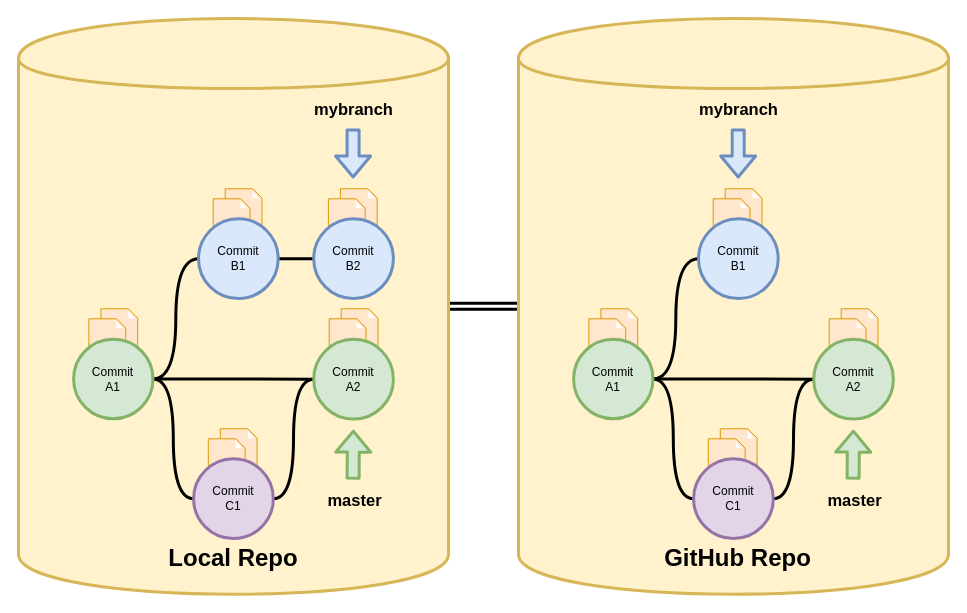
The draw.io diagram github-jupyter/git-github-summary.drawio in shadanan/shadanan.github.io, before the edit. Source tidied: cells renumbered, new cells numbered last; positions are measured from the earlier drawing's top-left corner, leaving out a move shared by most shapes. Both pictures are drawn from the tidied source at 100%, with x=0, y=0 at pixel (18, 18).
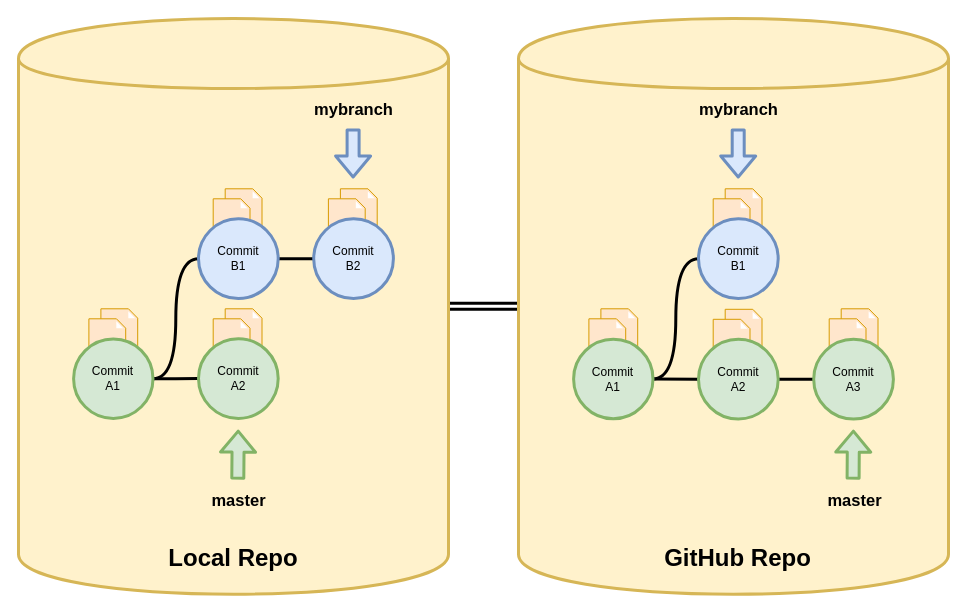
After the change.

The change refers to these unchanged cells:
```xml
<mxCell id="38" value="Commit&lt;br&gt;A1" style="ellipse;whiteSpace=wrap;html=1;strokeWidth=3;fillColor=#d5e8d4;strokeColor=#82b366;" parent="1" vertex="1">
  <mxGeometry x="555.1" y="320.8" width="79.4" height="79.4" as="geometry" />
</mxCell>
```

Change to the diagram source:
```diff
@@
     <mxCell id="7" style="shape=flexArrow;endArrow=classic;html=1;strokeWidth=3;fillColor=#d5e8d4;strokeColor=#82b366;" parent="1" edge="1">
       <mxGeometry relative="1" as="geometry">
-        <mxPoint x="334.6" y="461.1" as="sourcePoint" />
-        <mxPoint x="334.9" y="411.1" as="targetPoint" />
+        <mxPoint x="219.3" y="461.1" as="sourcePoint" />
+        <mxPoint x="219.7" y="411.1" as="targetPoint" />
       </mxGeometry>
     </mxCell>
@@
-    <mxCell id="9" style="edgeStyle=orthogonalEdgeStyle;rounded=0;jettySize=auto;html=1;exitX=1;exitY=0.5;exitDx=0;exitDy=0;entryX=0;entryY=0.5;entryDx=0;entryDy=0;strokeWidth=3;endArrow=none;endFill=0;curved=1;" parent="1" edge="1" source="12" target="20">
-      <mxGeometry relative="1" as="geometry" />
-    </mxCell>
@@
-    <mxCell id="11" style="edgeStyle=orthogonalEdgeStyle;curved=1;rounded=0;jettySize=auto;html=1;exitX=1;exitY=0.5;exitDx=0;exitDy=0;entryX=0;entryY=0.5;entryDx=0;entryDy=0;endArrow=none;endFill=0;strokeWidth=3;" parent="1" edge="1" source="12" target="23">
+    <mxCell id="11" style="edgeStyle=orthogonalEdgeStyle;rounded=0;jettySize=auto;html=1;exitX=1;exitY=0.5;exitDx=0;exitDy=0;entryX=0;entryY=0.5;entryDx=0;entryDy=0;strokeWidth=3;endArrow=none;endFill=0;" parent="1" edge="1" source="12" target="23">
       <mxGeometry relative="1" as="geometry" />
     </mxCell>
     <mxCell id="12" value="Commit&lt;br&gt;A1" style="ellipse;whiteSpace=wrap;html=1;strokeWidth=3;fillColor=#d5e8d4;strokeColor=#82b366;" parent="1" vertex="1">
-      <mxGeometry x="55.1" y="320.8" width="79.4" height="79.4" as="geometry" />
+      <mxGeometry x="55.1" y="320.5" width="79.4" height="79.4" as="geometry" />
     </mxCell>
@@
-    <mxCell id="17" style="shadow=0;dashed=0;html=1;strokeColor=#d79b00;fillColor=#ffe6cc;labelPosition=center;verticalLabelPosition=bottom;verticalAlign=top;align=center;shape=mxgraph.veeam.2d.file;" parent="1" vertex="1">
-      <mxGeometry x="201.8" y="410.3" width="36.8" height="50.8" as="geometry" />
-    </mxCell>
-    <mxCell id="18" style="shadow=0;dashed=0;html=1;strokeColor=#d79b00;fillColor=#ffe6cc;labelPosition=center;verticalLabelPosition=bottom;verticalAlign=top;align=center;shape=mxgraph.veeam.2d.file;" parent="1" vertex="1">
-      <mxGeometry x="189.8" y="420.3" width="36.8" height="50.8" as="geometry" />
-    </mxCell>
-    <mxCell id="19" style="edgeStyle=orthogonalEdgeStyle;curved=1;rounded=0;jettySize=auto;html=1;exitX=1;exitY=0.5;exitDx=0;exitDy=0;entryX=0;entryY=0.5;entryDx=0;entryDy=0;endArrow=none;endFill=0;strokeWidth=3;" parent="1" edge="1" source="20" target="23">
-      <mxGeometry relative="1" as="geometry" />
-    </mxCell>
-    <mxCell id="20" value="Commit&lt;br&gt;C1" style="ellipse;whiteSpace=wrap;html=1;strokeWidth=3;fillColor=#e1d5e7;strokeColor=#9673a6;" parent="1" vertex="1">
-      <mxGeometry x="175.1" y="440.3" width="79.7" height="79.7" as="geometry" />
-    </mxCell>
-    <mxCell id="21" style="shadow=0;dashed=0;html=1;strokeColor=#d79b00;fillColor=#ffe6cc;labelPosition=center;verticalLabelPosition=bottom;verticalAlign=top;align=center;shape=mxgraph.veeam.2d.file;" parent="1" vertex="1">
-      <mxGeometry x="322.7" y="290.3" width="36.8" height="50.8" as="geometry" />
-    </mxCell>
-    <mxCell id="22" style="shadow=0;dashed=0;html=1;strokeColor=#d79b00;fillColor=#ffe6cc;labelPosition=center;verticalLabelPosition=bottom;verticalAlign=top;align=center;shape=mxgraph.veeam.2d.file;" parent="1" vertex="1">
-      <mxGeometry x="310.7" y="300.3" width="36.8" height="50.8" as="geometry" />
-    </mxCell>
-    <mxCell id="23" value="Commit&lt;br&gt;A2" style="ellipse;whiteSpace=wrap;html=1;strokeWidth=3;fillColor=#d5e8d4;strokeColor=#82b366;" parent="1" vertex="1">
-      <mxGeometry x="295.2" y="320.8" width="79.7" height="79.7" as="geometry" />
-    </mxCell>
@@
-    <mxCell id="37" style="edgeStyle=orthogonalEdgeStyle;curved=1;rounded=0;jettySize=auto;html=1;exitX=1;exitY=0.5;exitDx=0;exitDy=0;entryX=0;entryY=0.5;entryDx=0;entryDy=0;endArrow=none;endFill=0;strokeWidth=3;" parent="1" edge="1" source="38" target="48">
-      <mxGeometry relative="1" as="geometry" />
-    </mxCell>
@@
     <mxCell id="42" style="shadow=0;dashed=0;html=1;strokeColor=#d79b00;fillColor=#ffe6cc;labelPosition=center;verticalLabelPosition=bottom;verticalAlign=top;align=center;shape=mxgraph.veeam.2d.file;" parent="1" vertex="1">
-      <mxGeometry x="701.8" y="410.3" width="36.8" height="50.8" as="geometry" />
+      <mxGeometry x="706.7" y="290.8" width="36.8" height="50.8" as="geometry" />
     </mxCell>
     <mxCell id="43" style="shadow=0;dashed=0;html=1;strokeColor=#d79b00;fillColor=#ffe6cc;labelPosition=center;verticalLabelPosition=bottom;verticalAlign=top;align=center;shape=mxgraph.veeam.2d.file;" parent="1" vertex="1">
-      <mxGeometry x="689.8" y="420.3" width="36.8" height="50.8" as="geometry" />
+      <mxGeometry x="694.7" y="300.8" width="36.8" height="50.8" as="geometry" />
     </mxCell>
@@
-    <mxCell id="45" value="Commit&lt;br&gt;C1" style="ellipse;whiteSpace=wrap;html=1;strokeWidth=3;fillColor=#e1d5e7;strokeColor=#9673a6;" parent="1" vertex="1">
-      <mxGeometry x="675.1" y="440.3" width="79.7" height="79.7" as="geometry" />
+    <mxCell id="45" value="Commit&lt;br&gt;A2" style="ellipse;whiteSpace=wrap;html=1;strokeWidth=3;fillColor=#d5e8d4;strokeColor=#82b366;" parent="1" vertex="1">
+      <mxGeometry x="680" y="320.8" width="79.7" height="79.7" as="geometry" />
     </mxCell>
@@
-    <mxCell id="48" value="Commit&lt;br&gt;A2" style="ellipse;whiteSpace=wrap;html=1;strokeWidth=3;fillColor=#d5e8d4;strokeColor=#82b366;" parent="1" vertex="1">
+    <mxCell id="48" value="Commit&lt;br&gt;A3" style="ellipse;whiteSpace=wrap;html=1;strokeWidth=3;fillColor=#d5e8d4;strokeColor=#82b366;" parent="1" vertex="1">
       <mxGeometry x="795.2" y="320.8" width="79.7" height="79.7" as="geometry" />
     </mxCell>
@@
+    <mxCell id="51" style="shadow=0;dashed=0;html=1;strokeColor=#d79b00;fillColor=#ffe6cc;labelPosition=center;verticalLabelPosition=bottom;verticalAlign=top;align=center;shape=mxgraph.veeam.2d.file;" parent="1" vertex="1">
+      <mxGeometry x="206.7" y="290.3" width="36.8" height="50.8" as="geometry" />
+    </mxCell>
+    <mxCell id="52" style="shadow=0;dashed=0;html=1;strokeColor=#d79b00;fillColor=#ffe6cc;labelPosition=center;verticalLabelPosition=bottom;verticalAlign=top;align=center;shape=mxgraph.veeam.2d.file;" parent="1" vertex="1">
+      <mxGeometry x="194.7" y="300.3" width="36.8" height="50.8" as="geometry" />
+    </mxCell>
+    <mxCell id="23" value="Commit&lt;br&gt;A2" style="ellipse;whiteSpace=wrap;html=1;strokeWidth=3;fillColor=#d5e8d4;strokeColor=#82b366;" parent="1" vertex="1">
+      <mxGeometry x="180" y="320.2" width="79.7" height="79.7" as="geometry" />
+    </mxCell>
```
